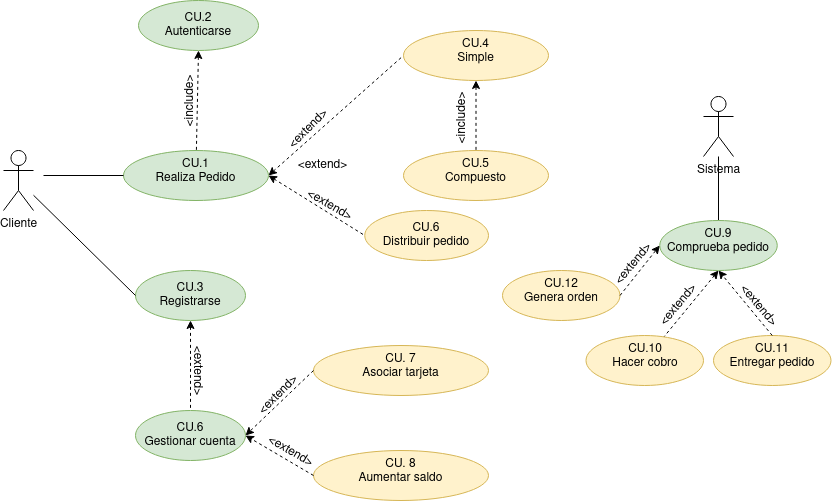
Earlier version of the draw.io export Tareas/casosUso/Tarea5-Tienda Virtual/TiendaVirtual.drawio.png (colidom/ets). Source tidied: cells renumbered, new cells last; positions are measured from the earlier drawing's top-left corner, leaving out a move shared by most shapes. The source it was exported from:
```xml
<mxGraphModel>
  <root>
    <mxCell id="0" />
    <mxCell id="1" parent="0" />
    <mxCell id="2" style="rounded=0;jettySize=auto;html=1;entryX=0;entryY=0.5;entryDx=0;entryDy=0;dashed=1;" parent="1" edge="1" target="4">
      <mxGeometry relative="1" as="geometry">
        <mxPoint x="250" y="180" as="sourcePoint" />
      </mxGeometry>
    </mxCell>
    <mxCell id="3" style="rounded=0;jettySize=auto;html=1;exitX=1;exitY=0.5;exitDx=0;exitDy=0;entryX=0;entryY=0.5;entryDx=0;entryDy=0;startArrow=classic;startFill=1;endArrow=none;endFill=0;dashed=1;" parent="1" edge="1" source="4" target="16">
      <mxGeometry relative="1" as="geometry" />
    </mxCell>
    <mxCell id="4" value="&lt;div&gt;CU.1&lt;/div&gt;&lt;div&gt;Realiza Pedido&lt;/div&gt;" style="ellipse;whiteSpace=wrap;html=1;verticalAlign=top;fillColor=#d5e8d4;strokeColor=#82b366;" parent="1" vertex="1">
      <mxGeometry x="120" y="150" width="145" height="50" as="geometry" />
    </mxCell>
    <mxCell id="5" value="&lt;div&gt;CU. 7&lt;/div&gt;&lt;div&gt;Asociar tarjeta&lt;/div&gt;" style="ellipse;whiteSpace=wrap;html=1;verticalAlign=top;fillColor=#fff2cc;strokeColor=#d6b656;" parent="1" vertex="1">
      <mxGeometry x="310" y="345" width="175" height="50" as="geometry" />
    </mxCell>
    <mxCell id="6" value="Cliente" style="shape=umlActor;verticalLabelPosition=bottom;verticalAlign=top;html=1;outlineConnect=0;" parent="1" vertex="1">
      <mxGeometry y="150" width="30" height="60" as="geometry" />
    </mxCell>
    <mxCell id="7" style="edgeStyle=none;rounded=0;jettySize=auto;html=1;dashed=1;startArrow=classic;startFill=1;endArrow=none;endFill=0;" parent="1" edge="1" source="8" target="21">
      <mxGeometry relative="1" as="geometry" />
    </mxCell>
    <mxCell id="8" value="&lt;div&gt;CU.3&lt;/div&gt;&lt;div&gt;Registrarse&lt;br&gt;&lt;/div&gt;" style="ellipse;whiteSpace=wrap;html=1;fillColor=#d5e8d4;strokeColor=#82b366;" parent="1" vertex="1">
      <mxGeometry x="132" y="270" width="110" height="50" as="geometry" />
    </mxCell>
    <mxCell id="9" style="endArrow=none;html=1;rounded=0;entryX=0;entryY=0.5;entryDx=0;entryDy=0;endFill=0;" parent="1" edge="1" source="6" target="8">
      <mxGeometry relative="1" as="geometry" />
    </mxCell>
    <mxCell id="10" value="&amp;lt;include&amp;gt;" style="text;html=1;align=center;verticalAlign=middle;strokeColor=none;fillColor=none;rotation=-90;" parent="1" vertex="1">
      <mxGeometry x="147" y="86" width="80" height="30" as="geometry" />
    </mxCell>
    <mxCell id="11" style="edgeStyle=none;rounded=0;jettySize=auto;html=1;startArrow=none;startFill=0;endArrow=none;endFill=0;" parent="1" edge="1" source="12" target="29">
      <mxGeometry relative="1" as="geometry" />
    </mxCell>
    <mxCell id="12" value="Sistema" style="shape=umlActor;verticalLabelPosition=bottom;verticalAlign=top;html=1;outlineConnect=0;" parent="1" vertex="1">
      <mxGeometry x="700" y="96" width="30" height="60" as="geometry" />
    </mxCell>
    <mxCell id="13" value="&lt;div&gt;CU.2&lt;/div&gt;&lt;div&gt;Autenticarse&lt;br&gt;&lt;/div&gt;" style="ellipse;whiteSpace=wrap;html=1;fillColor=#d5e8d4;strokeColor=#82b366;" parent="1" vertex="1">
      <mxGeometry x="135" width="120" height="50" as="geometry" />
    </mxCell>
    <mxCell id="14" style="endArrow=none;html=1;rounded=0;dashed=1;exitX=0.5;exitY=1;exitDx=0;exitDy=0;endFill=0;startArrow=classic;startFill=1;" parent="1" edge="1" source="13" target="4">
      <mxGeometry relative="1" as="geometry" />
    </mxCell>
    <mxCell id="15" style="endArrow=none;html=1;rounded=0;entryX=0;entryY=0.5;entryDx=0;entryDy=0;endFill=0;" parent="1" edge="1" target="4">
      <mxGeometry relative="1" as="geometry">
        <mxPoint x="40" y="175" as="sourcePoint" />
      </mxGeometry>
    </mxCell>
    <mxCell id="16" value="&lt;div&gt;CU.4&lt;/div&gt;&lt;div&gt;Simple&lt;/div&gt;" style="ellipse;whiteSpace=wrap;html=1;verticalAlign=top;fillColor=#fff2cc;strokeColor=#d6b656;" parent="1" vertex="1">
      <mxGeometry x="400" y="30" width="145" height="50" as="geometry" />
    </mxCell>
    <mxCell id="17" value="&lt;div&gt;CU.5&lt;/div&gt;&lt;div&gt;Compuesto&lt;/div&gt;" style="ellipse;whiteSpace=wrap;html=1;verticalAlign=top;fillColor=#fff2cc;strokeColor=#d6b656;" parent="1" vertex="1">
      <mxGeometry x="400" y="150" width="145" height="50" as="geometry" />
    </mxCell>
    <mxCell id="18" style="rounded=0;jettySize=auto;html=1;exitX=0.5;exitY=1;exitDx=0;exitDy=0;startArrow=classic;startFill=1;endArrow=none;endFill=0;dashed=1;" parent="1" edge="1" source="16" target="17">
      <mxGeometry relative="1" as="geometry" />
    </mxCell>
    <mxCell id="19" value="&amp;lt;extend&amp;gt;" style="text;html=1;align=center;verticalAlign=middle;strokeColor=none;fillColor=none;rotation=-45;" parent="1" vertex="1">
      <mxGeometry x="270" y="114" width="70" height="30" as="geometry" />
    </mxCell>
    <mxCell id="20" value="&amp;lt;extend&amp;gt;" style="text;html=1;align=center;verticalAlign=middle;strokeColor=none;fillColor=none;rotation=0;" parent="1" vertex="1">
      <mxGeometry x="284" y="150" width="70" height="30" as="geometry" />
    </mxCell>
    <mxCell id="21" value="&lt;div&gt;CU.6&lt;/div&gt;&lt;div&gt;Gestionar cuenta&lt;/div&gt;" style="ellipse;whiteSpace=wrap;html=1;fillColor=#d5e8d4;strokeColor=#82b366;" parent="1" vertex="1">
      <mxGeometry x="132" y="410" width="110" height="50" as="geometry" />
    </mxCell>
    <mxCell id="22" value="&amp;lt;extend&amp;gt;" style="text;html=1;align=center;verticalAlign=middle;strokeColor=none;fillColor=none;rotation=90;" parent="1" vertex="1">
      <mxGeometry x="160" y="355" width="70" height="30" as="geometry" />
    </mxCell>
    <mxCell id="23" style="endArrow=classic;html=1;rounded=0;dashed=1;entryX=1;entryY=0.5;entryDx=0;entryDy=0;exitX=0;exitY=0.5;exitDx=0;exitDy=0;" parent="1" edge="1" source="5" target="21">
      <mxGeometry relative="1" as="geometry" />
    </mxCell>
    <mxCell id="24" value="&lt;div&gt;CU. 8&lt;/div&gt;&lt;div&gt;Aumentar saldo&lt;/div&gt;" style="ellipse;whiteSpace=wrap;html=1;verticalAlign=top;fillColor=#fff2cc;strokeColor=#d6b656;" parent="1" vertex="1">
      <mxGeometry x="310" y="450" width="175" height="50" as="geometry" />
    </mxCell>
    <mxCell id="25" style="endArrow=classic;html=1;rounded=0;dashed=1;entryX=1;entryY=0.5;entryDx=0;entryDy=0;exitX=0;exitY=0.5;exitDx=0;exitDy=0;" parent="1" edge="1" source="24" target="21">
      <mxGeometry relative="1" as="geometry" />
    </mxCell>
    <mxCell id="26" value="&amp;lt;extend&amp;gt;" style="text;html=1;align=center;verticalAlign=middle;strokeColor=none;fillColor=none;rotation=-45;" parent="1" vertex="1">
      <mxGeometry x="240" y="380" width="70" height="30" as="geometry" />
    </mxCell>
    <mxCell id="27" value="&amp;lt;extend&amp;gt;" style="text;html=1;align=center;verticalAlign=middle;strokeColor=none;fillColor=none;rotation=30;" parent="1" vertex="1">
      <mxGeometry x="252" y="436" width="70" height="30" as="geometry" />
    </mxCell>
    <mxCell id="28" style="edgeStyle=none;rounded=0;jettySize=auto;html=1;dashed=1;startArrow=classic;startFill=1;endArrow=none;endFill=0;exitX=0.5;exitY=1;exitDx=0;exitDy=0;" parent="1" edge="1" source="29" target="30">
      <mxGeometry relative="1" as="geometry" />
    </mxCell>
    <mxCell id="29" value="CU.9&lt;br&gt;Comprueba pedido" style="ellipse;whiteSpace=wrap;html=1;verticalAlign=top;fillColor=#d5e8d4;strokeColor=#82b366;" parent="1" vertex="1">
      <mxGeometry x="656.2" y="220" width="117.5" height="50" as="geometry" />
    </mxCell>
    <mxCell id="30" value="CU.10&lt;br&gt;Hacer cobro" style="ellipse;whiteSpace=wrap;html=1;verticalAlign=top;fillColor=#fff2cc;strokeColor=#d6b656;" parent="1" vertex="1">
      <mxGeometry x="582.5" y="335" width="117.5" height="50" as="geometry" />
    </mxCell>
    <mxCell id="31" value="CU.11&lt;br&gt;Entregar pedido" style="ellipse;whiteSpace=wrap;html=1;verticalAlign=top;fillColor=#fff2cc;strokeColor=#d6b656;" parent="1" vertex="1">
      <mxGeometry x="710" y="335" width="117.5" height="50" as="geometry" />
    </mxCell>
    <mxCell id="32" style="endArrow=classic;html=1;rounded=0;exitX=0.5;exitY=0;exitDx=0;exitDy=0;dashed=1;" parent="1" edge="1" source="31">
      <mxGeometry relative="1" as="geometry">
        <mxPoint x="715" y="270" as="targetPoint" />
      </mxGeometry>
    </mxCell>
    <mxCell id="33" value="&amp;lt;extend&amp;gt;" style="text;html=1;align=center;verticalAlign=middle;strokeColor=none;fillColor=none;rotation=-50;" parent="1" vertex="1">
      <mxGeometry x="640" y="290" width="70" height="30" as="geometry" />
    </mxCell>
    <mxCell id="34" value="&amp;lt;extend&amp;gt;" style="text;html=1;align=center;verticalAlign=middle;strokeColor=none;fillColor=none;rotation=50;" parent="1" vertex="1">
      <mxGeometry x="720" y="290" width="70" height="30" as="geometry" />
    </mxCell>
    <mxCell id="35" value="CU.6&lt;br&gt;Distribuir pedido" style="ellipse;whiteSpace=wrap;html=1;fillColor=#fff2cc;strokeColor=#d6b656;" parent="1" vertex="1">
      <mxGeometry x="361.2" y="210" width="123.8" height="50" as="geometry" />
    </mxCell>
    <mxCell id="36" value="&amp;lt;extend&amp;gt;" style="text;html=1;align=center;verticalAlign=middle;strokeColor=none;fillColor=none;rotation=30;" parent="1" vertex="1">
      <mxGeometry x="291.2" y="190" width="70" height="30" as="geometry" />
    </mxCell>
    <mxCell id="37" style="rounded=0;jettySize=auto;html=1;exitX=1;exitY=0.5;exitDx=0;exitDy=0;entryX=0;entryY=0.5;entryDx=0;entryDy=0;startArrow=classic;startFill=1;endArrow=none;endFill=0;dashed=1;" parent="1" edge="1" source="4" target="35">
      <mxGeometry relative="1" as="geometry" />
    </mxCell>
    <mxCell id="38" value="CU.12&lt;br&gt;Genera orden" style="ellipse;whiteSpace=wrap;html=1;verticalAlign=top;fillColor=#fff2cc;strokeColor=#d6b656;" parent="1" vertex="1">
      <mxGeometry x="499" y="270" width="117.5" height="50" as="geometry" />
    </mxCell>
    <mxCell id="39" value="&amp;lt;extend&amp;gt;" style="text;html=1;align=center;verticalAlign=middle;strokeColor=none;fillColor=none;rotation=-50;" parent="1" vertex="1">
      <mxGeometry x="595" y="249" width="70" height="30" as="geometry" />
    </mxCell>
    <mxCell id="40" style="endArrow=classic;html=1;rounded=0;exitX=1;exitY=0.5;exitDx=0;exitDy=0;dashed=1;entryX=0;entryY=0.5;entryDx=0;entryDy=0;" parent="1" edge="1" source="38" target="29">
      <mxGeometry relative="1" as="geometry" />
    </mxCell>
    <mxCell id="41" value="&amp;lt;include&amp;gt;" style="text;html=1;align=center;verticalAlign=middle;strokeColor=none;fillColor=none;rotation=-90;" parent="1" vertex="1">
      <mxGeometry x="419" y="103" width="80" height="30" as="geometry" />
    </mxCell>
  </root>
</mxGraphModel>
```
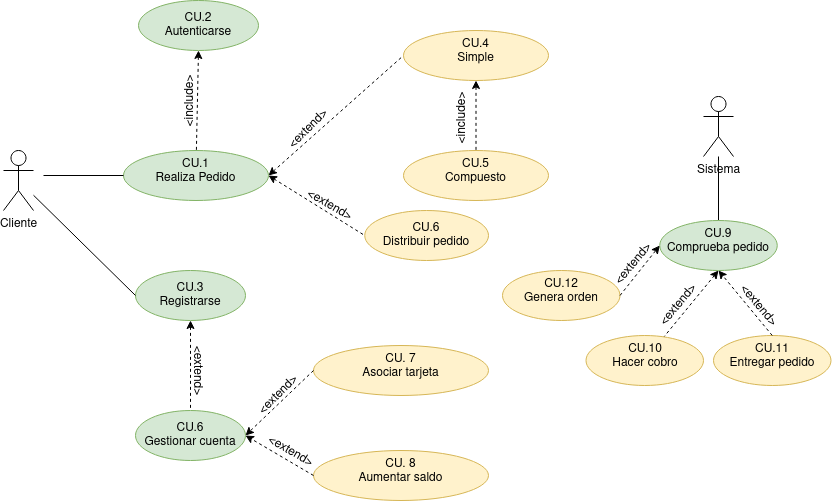
After the change.

The edit, as a diff of the source:
```diff
@@ -60,9 +60,6 @@
     <mxCell id="19" value="&amp;lt;extend&amp;gt;" style="text;html=1;align=center;verticalAlign=middle;strokeColor=none;fillColor=none;rotation=-45;" parent="1" vertex="1">
       <mxGeometry x="270" y="114" width="70" height="30" as="geometry" />
     </mxCell>
-    <mxCell id="20" value="&amp;lt;extend&amp;gt;" style="text;html=1;align=center;verticalAlign=middle;strokeColor=none;fillColor=none;rotation=0;" parent="1" vertex="1">
-      <mxGeometry x="284" y="150" width="70" height="30" as="geometry" />
-    </mxCell>
     <mxCell id="21" value="&lt;div&gt;CU.6&lt;/div&gt;&lt;div&gt;Gestionar cuenta&lt;/div&gt;" style="ellipse;whiteSpace=wrap;html=1;fillColor=#d5e8d4;strokeColor=#82b366;" parent="1" vertex="1">
       <mxGeometry x="132" y="410" width="110" height="50" as="geometry" />
     </mxCell>
```
